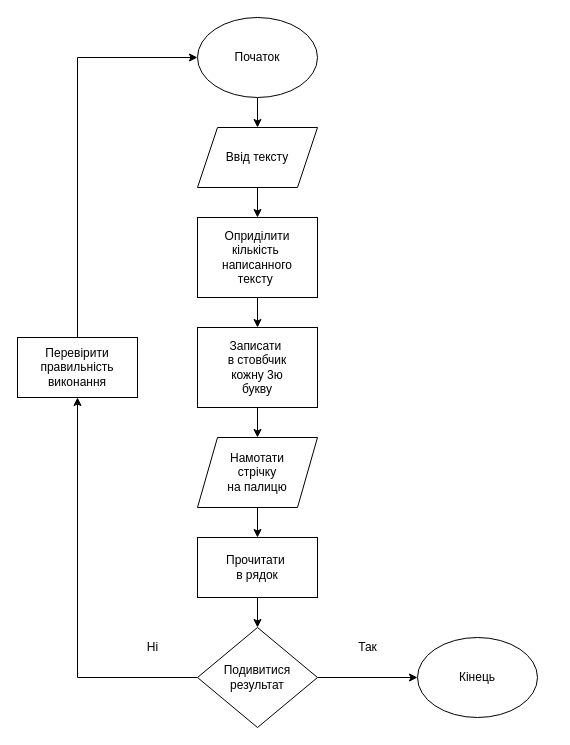
jurbx/Project2 keeps this draw.io diagram as Untitled Diagram2.drawio. Above is the earlier version. Source tidied: cells renumbered, new cells numbered last; positions are measured from the earlier drawing's top-left corner, leaving out a move shared by most shapes. Both pictures are drawn from the tidied source at 100%, with x=0, y=0 at pixel (17, 17).
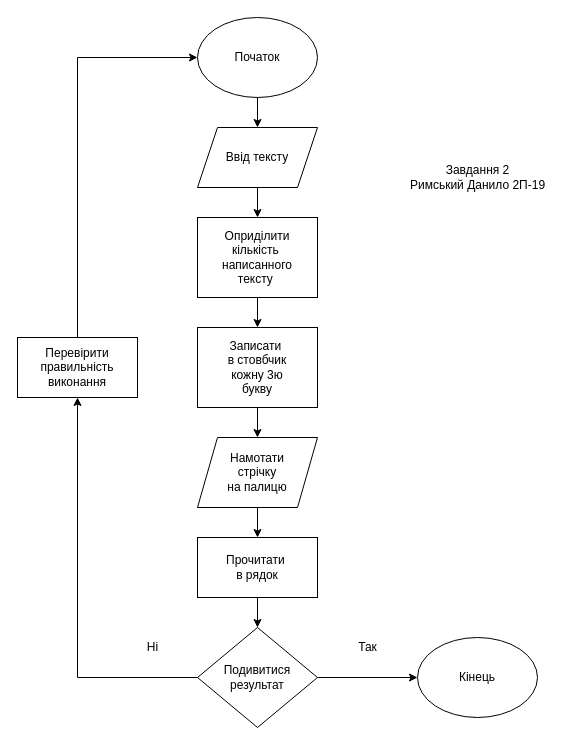
The same diagram, later.

Diff of the diagram source:
```diff
@@
+    <mxCell id="22" value="Завдання 2&lt;br&gt;Римський Данило 2П-19" style="text;html=1;align=center;verticalAlign=middle;" parent="1" vertex="1">
+      <mxGeometry x="385" y="145" width="150" height="30" as="geometry" />
+    </mxCell>
```
